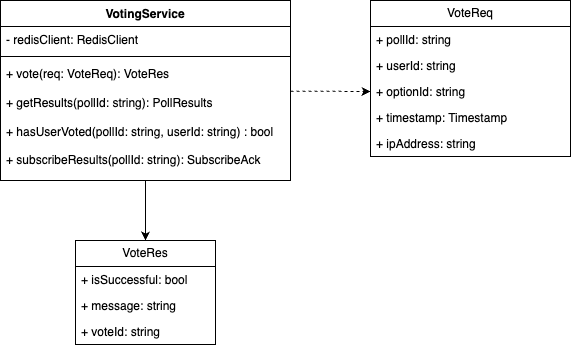
Earlier version of the draw.io export 2026-03-02-voting-architecture/voting-service-class-diagram.drawio.png (brunohaetinger/green-team). Source tidied: cells renumbered, new cells last; positions are measured from the earlier drawing's top-left corner, leaving out a move shared by most shapes.
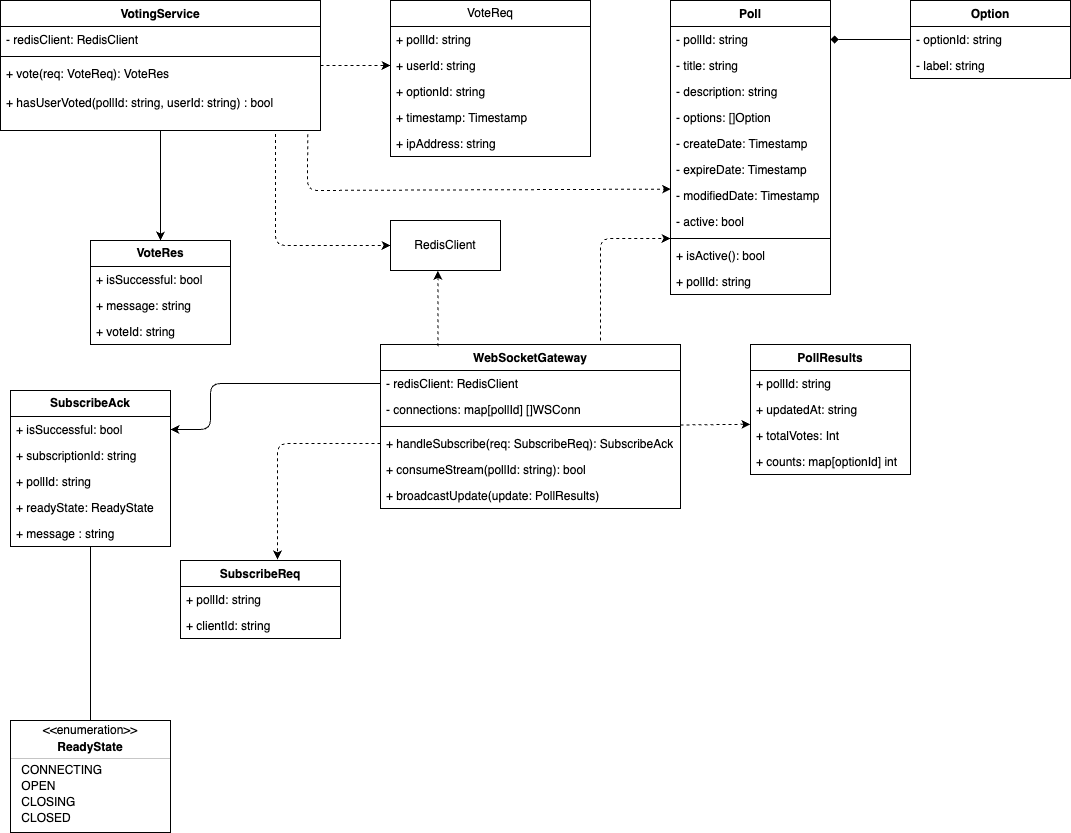
The same diagram one commit later.

Commit message:
improve voting service diagrams

Diff of the diagram source:
```diff
@@ -2,25 +2,23 @@
   <root>
     <mxCell id="0" />
     <mxCell id="1" parent="0" />
-    <mxCell id="2" style="edgeStyle=none;html=1;entryX=0;entryY=0.5;entryDx=0;entryDy=0;dashed=1;" parent="1" edge="1" source="4" target="11">
+    <mxCell id="2" style="edgeStyle=none;html=1;dashed=1;entryX=0;entryY=0.5;entryDx=0;entryDy=0;" parent="1" edge="1" source="4" target="10">
       <mxGeometry relative="1" as="geometry" />
     </mxCell>
-    <mxCell id="3" style="edgeStyle=none;html=1;" parent="1" edge="1" source="4">
-      <mxGeometry relative="1" as="geometry">
-        <mxPoint x="145" y="240" as="targetPoint" />
-      </mxGeometry>
+    <mxCell id="3" style="edgeStyle=none;html=1;entryX=0.5;entryY=0;entryDx=0;entryDy=0;" parent="1" edge="1" source="4" target="14">
+      <mxGeometry relative="1" as="geometry" />
     </mxCell>
     <mxCell id="4" value="VotingService" style="swimlane;fontStyle=1;align=center;verticalAlign=top;horizontal=1;startSize=26;whiteSpace=wrap;html=1;" parent="1" vertex="1">
-      <mxGeometry width="290" height="180" as="geometry" />
+      <mxGeometry x="-20" width="320" height="130" as="geometry" />
     </mxCell>
     <mxCell id="5" value="- redisClient: RedisClient" style="text;strokeColor=none;fillColor=none;align=left;verticalAlign=top;spacingLeft=4;spacingRight=4;overflow=hidden;whiteSpace=wrap;html=1;" parent="4" vertex="1">
-      <mxGeometry y="26" width="290" height="26" as="geometry" />
+      <mxGeometry y="26" width="320" height="26" as="geometry" />
     </mxCell>
     <mxCell id="6" style="line;strokeWidth=1;fillColor=none;align=left;verticalAlign=middle;spacingTop=-1;spacingLeft=3;spacingRight=3;labelPosition=right;strokeColor=inherit;" parent="4" vertex="1">
-      <mxGeometry y="52" width="290" height="8" as="geometry" />
+      <mxGeometry y="52" width="320" height="8" as="geometry" />
     </mxCell>
-    <mxCell id="7" value="+ vote(req: VoteReq): VoteRes&lt;div&gt;&lt;br&gt;&lt;/div&gt;&lt;div&gt;+ getResults(pollId: string): PollResults&lt;/div&gt;&lt;div&gt;&lt;br&gt;&lt;/div&gt;&lt;div&gt;+ hasUserVoted(pollId: string, userId: string) : bool&lt;/div&gt;&lt;div&gt;&lt;br&gt;&lt;/div&gt;&lt;div&gt;+ subscribeResults(pollId: string): SubscribeAck&lt;/div&gt;&lt;div&gt;&lt;br&gt;&lt;/div&gt;&lt;div&gt;&lt;br&gt;&lt;/div&gt;" style="text;strokeColor=none;fillColor=none;align=left;verticalAlign=top;spacingLeft=4;spacingRight=4;overflow=hidden;points=[[0,0.5],[1,0.5]];portConstraint=eastwest;whiteSpace=wrap;html=1;" parent="4" vertex="1">
-      <mxGeometry y="60" width="290" height="120" as="geometry" />
+    <mxCell id="7" value="+ vote(req: VoteReq): VoteRes&lt;div&gt;&lt;br&gt;&lt;/div&gt;&lt;div&gt;+ hasUserVoted(pollId: string, userId: string) : bool&lt;/div&gt;" style="text;strokeColor=none;fillColor=none;align=left;verticalAlign=top;spacingLeft=4;spacingRight=4;overflow=hidden;points=[[0,0.5],[1,0.5]];portConstraint=eastwest;whiteSpace=wrap;html=1;" parent="4" vertex="1">
+      <mxGeometry y="60" width="320" height="70" as="geometry" />
     </mxCell>
     <mxCell id="8" value="VoteReq" style="swimlane;fontStyle=0;horizontal=1;startSize=26;fillColor=none;whiteSpace=wrap;html=1;" parent="1" vertex="1">
       <mxGeometry x="370" width="200" height="156" as="geometry" />
@@ -40,8 +38,8 @@
     <mxCell id="13" value="+ ipAddress: string" style="text;strokeColor=none;fillColor=none;align=left;verticalAlign=top;spacingLeft=4;spacingRight=4;overflow=hidden;whiteSpace=wrap;html=1;" parent="8" vertex="1">
       <mxGeometry y="130" width="200" height="26" as="geometry" />
     </mxCell>
-    <mxCell id="14" value="VoteRes" style="swimlane;fontStyle=0;horizontal=1;startSize=26;fillColor=none;whiteSpace=wrap;html=1;" parent="1" vertex="1">
-      <mxGeometry x="75" y="240" width="140" height="104" as="geometry" />
+    <mxCell id="14" value="&lt;b&gt;VoteRes&lt;/b&gt;" style="swimlane;fontStyle=0;horizontal=1;startSize=26;fillColor=none;whiteSpace=wrap;html=1;" parent="1" vertex="1">
+      <mxGeometry x="70" y="240" width="140" height="104" as="geometry" />
     </mxCell>
     <mxCell id="15" value="+ isSuccessful: bool" style="text;strokeColor=none;fillColor=none;align=left;verticalAlign=top;spacingLeft=4;spacingRight=4;overflow=hidden;whiteSpace=wrap;html=1;" parent="14" vertex="1">
       <mxGeometry y="26" width="140" height="26" as="geometry" />
@@ -52,5 +50,192 @@
     <mxCell id="17" value="+ voteId: string" style="text;strokeColor=none;fillColor=none;align=left;verticalAlign=top;spacingLeft=4;spacingRight=4;overflow=hidden;whiteSpace=wrap;html=1;" parent="14" vertex="1">
       <mxGeometry y="78" width="140" height="26" as="geometry" />
     </mxCell>
+    <mxCell id="18" value="Poll" style="swimlane;fontStyle=1;align=center;verticalAlign=top;horizontal=1;startSize=26;whiteSpace=wrap;html=1;" parent="1" vertex="1">
+      <mxGeometry x="650" width="160" height="294" as="geometry" />
+    </mxCell>
+    <mxCell id="19" value="- pollId: string" style="text;strokeColor=none;fillColor=none;align=left;verticalAlign=top;spacingLeft=4;spacingRight=4;overflow=hidden;points=[[0,0.5],[1,0.5]];portConstraint=eastwest;whiteSpace=wrap;html=1;" parent="18" vertex="1">
+      <mxGeometry y="26" width="160" height="26" as="geometry" />
+    </mxCell>
+    <mxCell id="20" value="- title: string" style="text;strokeColor=none;fillColor=none;align=left;verticalAlign=top;spacingLeft=4;spacingRight=4;overflow=hidden;whiteSpace=wrap;html=1;" parent="18" vertex="1">
+      <mxGeometry y="52" width="160" height="26" as="geometry" />
+    </mxCell>
+    <mxCell id="21" value="- description: string" style="text;strokeColor=none;fillColor=none;align=left;verticalAlign=top;spacingLeft=4;spacingRight=4;overflow=hidden;whiteSpace=wrap;html=1;" parent="18" vertex="1">
+      <mxGeometry y="78" width="160" height="26" as="geometry" />
+    </mxCell>
+    <mxCell id="22" value="- options: []Option" style="text;strokeColor=none;fillColor=none;align=left;verticalAlign=top;spacingLeft=4;spacingRight=4;overflow=hidden;whiteSpace=wrap;html=1;" parent="18" vertex="1">
+      <mxGeometry y="104" width="160" height="26" as="geometry" />
+    </mxCell>
+    <mxCell id="23" value="- createDate: Timestamp" style="text;strokeColor=none;fillColor=none;align=left;verticalAlign=top;spacingLeft=4;spacingRight=4;overflow=hidden;whiteSpace=wrap;html=1;" parent="18" vertex="1">
+      <mxGeometry y="130" width="160" height="26" as="geometry" />
+    </mxCell>
+    <mxCell id="24" value="- expireDate: Timestamp" style="text;strokeColor=none;fillColor=none;align=left;verticalAlign=top;spacingLeft=4;spacingRight=4;overflow=hidden;whiteSpace=wrap;html=1;" parent="18" vertex="1">
+      <mxGeometry y="156" width="160" height="26" as="geometry" />
+    </mxCell>
+    <mxCell id="25" value="- modifiedDate: Timestamp" style="text;strokeColor=none;fillColor=none;align=left;verticalAlign=top;spacingLeft=4;spacingRight=4;overflow=hidden;points=[[0,0.5],[1,0.5]];portConstraint=eastwest;whiteSpace=wrap;html=1;" parent="18" vertex="1">
+      <mxGeometry y="182" width="160" height="26" as="geometry" />
+    </mxCell>
+    <mxCell id="26" value="- active: bool" style="text;strokeColor=none;fillColor=none;align=left;verticalAlign=top;spacingLeft=4;spacingRight=4;overflow=hidden;whiteSpace=wrap;html=1;" parent="18" vertex="1">
+      <mxGeometry y="208" width="160" height="26" as="geometry" />
+    </mxCell>
+    <mxCell id="27" style="line;strokeWidth=1;fillColor=none;align=left;verticalAlign=middle;spacingTop=-1;spacingLeft=3;spacingRight=3;labelPosition=right;points=[];portConstraint=eastwest;strokeColor=inherit;" parent="18" vertex="1">
+      <mxGeometry y="234" width="160" height="8" as="geometry" />
+    </mxCell>
+    <mxCell id="28" value="+ isActive(): bool" style="text;strokeColor=none;fillColor=none;align=left;verticalAlign=top;spacingLeft=4;spacingRight=4;overflow=hidden;whiteSpace=wrap;html=1;" parent="18" vertex="1">
+      <mxGeometry y="242" width="160" height="26" as="geometry" />
+    </mxCell>
+    <mxCell id="29" value="+ pollId: string" style="text;strokeColor=none;fillColor=none;align=left;verticalAlign=top;spacingLeft=4;spacingRight=4;overflow=hidden;whiteSpace=wrap;html=1;" parent="18" vertex="1">
+      <mxGeometry y="268" width="160" height="26" as="geometry" />
+    </mxCell>
+    <mxCell id="30" value="Option" style="swimlane;fontStyle=1;align=center;verticalAlign=top;horizontal=1;startSize=26;whiteSpace=wrap;html=1;" parent="1" vertex="1">
+      <mxGeometry x="890" width="160" height="78" as="geometry" />
+    </mxCell>
+    <mxCell id="31" value="- optionId: string" style="text;strokeColor=none;fillColor=none;align=left;verticalAlign=top;spacingLeft=4;spacingRight=4;overflow=hidden;points=[[0,0.5],[1,0.5]];portConstraint=eastwest;whiteSpace=wrap;html=1;" parent="30" vertex="1">
+      <mxGeometry y="26" width="160" height="26" as="geometry" />
+    </mxCell>
+    <mxCell id="32" value="- label: string" style="text;strokeColor=none;fillColor=none;align=left;verticalAlign=top;spacingLeft=4;spacingRight=4;overflow=hidden;whiteSpace=wrap;html=1;" parent="30" vertex="1">
+      <mxGeometry y="52" width="160" height="26" as="geometry" />
+    </mxCell>
+    <mxCell id="33" style="html=1;entryX=0;entryY=0.5;entryDx=0;entryDy=0;startArrow=diamond;startFill=1;endArrow=none;endFill=0;" parent="1" edge="1" source="19" target="31">
+      <mxGeometry relative="1" as="geometry" />
+    </mxCell>
+    <mxCell id="34" value="SubscribeReq" style="swimlane;fontStyle=1;align=center;verticalAlign=top;horizontal=1;startSize=26;whiteSpace=wrap;html=1;" parent="1" vertex="1">
+      <mxGeometry x="160" y="560" width="160" height="78" as="geometry" />
+    </mxCell>
+    <mxCell id="35" value="+ pollId: string" style="text;strokeColor=none;fillColor=none;align=left;verticalAlign=top;spacingLeft=4;spacingRight=4;overflow=hidden;whiteSpace=wrap;html=1;" parent="34" vertex="1">
+      <mxGeometry y="26" width="160" height="26" as="geometry" />
+    </mxCell>
+    <mxCell id="36" value="+ clientId: string" style="text;strokeColor=none;fillColor=none;align=left;verticalAlign=top;spacingLeft=4;spacingRight=4;overflow=hidden;whiteSpace=wrap;html=1;" parent="34" vertex="1">
+      <mxGeometry y="52" width="160" height="26" as="geometry" />
+    </mxCell>
+    <mxCell id="37" style="endArrow=classic;html=1;entryX=0.606;entryY=-0.014;entryDx=0;entryDy=0;entryPerimeter=0;dashed=1;exitX=0;exitY=0.5;exitDx=0;exitDy=0;" parent="1" edge="1" source="64" target="34">
+      <mxGeometry relative="1" as="geometry">
+        <Array as="points">
+          <mxPoint x="257" y="443" />
+        </Array>
+      </mxGeometry>
+    </mxCell>
+    <mxCell id="38" style="edgeStyle=none;html=1;entryX=0.5;entryY=0;entryDx=0;entryDy=0;endArrow=none;endFill=0;" parent="1" edge="1" source="39" target="46">
+      <mxGeometry relative="1" as="geometry" />
+    </mxCell>
+    <mxCell id="39" value="&lt;b&gt;SubscribeAck&lt;/b&gt;" style="swimlane;fontStyle=0;horizontal=1;startSize=26;fillColor=none;whiteSpace=wrap;html=1;" parent="1" vertex="1">
+      <mxGeometry x="-10" y="390" width="160" height="156" as="geometry" />
+    </mxCell>
+    <mxCell id="40" value="+ isSuccessful: bool" style="text;strokeColor=none;fillColor=none;align=left;verticalAlign=top;spacingLeft=4;spacingRight=4;overflow=hidden;points=[[0,0.5],[1,0.5]];portConstraint=eastwest;whiteSpace=wrap;html=1;" parent="39" vertex="1">
+      <mxGeometry y="26" width="160" height="26" as="geometry" />
+    </mxCell>
+    <mxCell id="41" value="+ subscriptionId: string" style="text;strokeColor=none;fillColor=none;align=left;verticalAlign=top;spacingLeft=4;spacingRight=4;overflow=hidden;whiteSpace=wrap;html=1;" parent="39" vertex="1">
+      <mxGeometry y="52" width="160" height="26" as="geometry" />
+    </mxCell>
+    <mxCell id="42" value="+ pollId: string" style="text;strokeColor=none;fillColor=none;align=left;verticalAlign=top;spacingLeft=4;spacingRight=4;overflow=hidden;whiteSpace=wrap;html=1;" parent="39" vertex="1">
+      <mxGeometry y="78" width="160" height="26" as="geometry" />
+    </mxCell>
+    <mxCell id="43" value="+ readyState: ReadyState" style="text;strokeColor=none;fillColor=none;align=left;verticalAlign=top;spacingLeft=4;spacingRight=4;overflow=hidden;whiteSpace=wrap;html=1;" parent="39" vertex="1">
+      <mxGeometry y="104" width="160" height="26" as="geometry" />
+    </mxCell>
+    <mxCell id="44" value="+ message : string" style="text;strokeColor=none;fillColor=none;align=left;verticalAlign=top;spacingLeft=4;spacingRight=4;overflow=hidden;whiteSpace=wrap;html=1;" parent="39" vertex="1">
+      <mxGeometry y="130" width="160" height="26" as="geometry" />
+    </mxCell>
+    <mxCell id="45" style="fontStyle=1;align=center;verticalAlign=middle;horizontal=1;" parent="1" vertex="1">
+      <mxGeometry x="-10" y="720" width="160" height="112" as="geometry" />
+    </mxCell>
+    <mxCell id="46" value="&amp;lt;&amp;lt;enumeration&amp;gt;&amp;gt;" style="html=1;align=center;spacing=0;verticalAlign=middle;strokeColor=none;fillColor=none;whiteSpace=wrap;" parent="45" vertex="1">
+      <mxGeometry width="160" height="20" as="geometry" />
+    </mxCell>
+    <mxCell id="47" value="ReadyState" style="html=1;align=center;spacing=0;verticalAlign=middle;strokeColor=none;fillColor=none;whiteSpace=wrap;fontStyle=1;" parent="45" vertex="1">
+      <mxGeometry y="20" width="160" height="14" as="geometry" />
+    </mxCell>
+    <mxCell id="48" style="line;strokeWidth=0.25;fillColor=none;align=left;verticalAlign=middle;spacingTop=-1;spacingLeft=3;spacingRight=3;labelPosition=right;" parent="45" vertex="1">
+      <mxGeometry y="34" width="160" height="8" as="geometry" />
+    </mxCell>
+    <mxCell id="49" value="&amp;nbsp;CONNECTING" style="html=1;align=left;spacing=0;spacingLeft=8;verticalAlign=middle;strokeColor=none;fillColor=none;whiteSpace=wrap;" parent="45" vertex="1">
+      <mxGeometry y="42" width="160" height="16" as="geometry" />
+    </mxCell>
+    <mxCell id="50" value="&amp;nbsp;OPEN" style="html=1;align=left;spacing=0;spacingLeft=8;verticalAlign=middle;strokeColor=none;fillColor=none;whiteSpace=wrap;" parent="45" vertex="1">
+      <mxGeometry y="58" width="160" height="16" as="geometry" />
+    </mxCell>
+    <mxCell id="51" value="&amp;nbsp;CLOSING" style="html=1;align=left;spacing=0;spacingLeft=8;verticalAlign=middle;strokeColor=none;fillColor=none;whiteSpace=wrap;" parent="45" vertex="1">
+      <mxGeometry y="74" width="160" height="16" as="geometry" />
+    </mxCell>
+    <mxCell id="52" value="&amp;nbsp;CLOSED" style="html=1;align=left;spacing=0;spacingLeft=8;verticalAlign=middle;strokeColor=none;fillColor=none;whiteSpace=wrap;" parent="45" vertex="1">
+      <mxGeometry y="90" width="160" height="16" as="geometry" />
+    </mxCell>
+    <mxCell id="53" style="html=1;align=left;spacing=0;spacingLeft=8;verticalAlign=middle;strokeColor=none;fillColor=none;whiteSpace=wrap;" parent="45" vertex="1">
+      <mxGeometry y="106" width="160" height="6" as="geometry" />
+    </mxCell>
+    <mxCell id="54" value="PollResults" style="swimlane;fontStyle=1;align=center;verticalAlign=top;horizontal=1;startSize=26;whiteSpace=wrap;html=1;" parent="1" vertex="1">
+      <mxGeometry x="730" y="344" width="160" height="130" as="geometry" />
+    </mxCell>
+    <mxCell id="55" value="+ pollId: string" style="text;strokeColor=none;fillColor=none;align=left;verticalAlign=top;spacingLeft=4;spacingRight=4;overflow=hidden;whiteSpace=wrap;html=1;" parent="54" vertex="1">
+      <mxGeometry y="26" width="160" height="26" as="geometry" />
+    </mxCell>
+    <mxCell id="56" value="+ updatedAt: string" style="text;strokeColor=none;fillColor=none;align=left;verticalAlign=top;spacingLeft=4;spacingRight=4;overflow=hidden;whiteSpace=wrap;html=1;" parent="54" vertex="1">
+      <mxGeometry y="52" width="160" height="26" as="geometry" />
+    </mxCell>
+    <mxCell id="57" value="+ totalVotes: Int" style="text;strokeColor=none;fillColor=none;align=left;verticalAlign=top;spacingLeft=4;spacingRight=4;overflow=hidden;points=[[0,0.5],[1,0.5]];portConstraint=eastwest;whiteSpace=wrap;html=1;" parent="54" vertex="1">
+      <mxGeometry y="78" width="160" height="26" as="geometry" />
+    </mxCell>
+    <mxCell id="58" value="+ counts: map[optionId] int" style="text;strokeColor=none;fillColor=none;align=left;verticalAlign=top;spacingLeft=4;spacingRight=4;overflow=hidden;whiteSpace=wrap;html=1;" parent="54" vertex="1">
+      <mxGeometry y="104" width="160" height="26" as="geometry" />
+    </mxCell>
+    <mxCell id="59" style="edgeStyle=none;html=1;dashed=1;entryX=-0.001;entryY=0.068;entryDx=0;entryDy=0;entryPerimeter=0;" parent="1" edge="1" source="60" target="57">
+      <mxGeometry relative="1" as="geometry" />
+    </mxCell>
+    <mxCell id="60" value="WebSocketGateway" style="swimlane;fontStyle=1;align=center;verticalAlign=top;horizontal=1;startSize=26;whiteSpace=wrap;html=1;" parent="1" vertex="1">
+      <mxGeometry x="360" y="344" width="300" height="164" as="geometry" />
+    </mxCell>
+    <mxCell id="61" value="- redisClient: RedisClient" style="text;strokeColor=none;fillColor=none;align=left;verticalAlign=top;spacingLeft=4;spacingRight=4;overflow=hidden;points=[[0,0.5],[1,0.5]];portConstraint=eastwest;whiteSpace=wrap;html=1;" parent="60" vertex="1">
+      <mxGeometry y="26" width="300" height="26" as="geometry" />
+    </mxCell>
+    <mxCell id="62" value="- connections: map[pollId] []WSConn" style="text;strokeColor=none;fillColor=none;align=left;verticalAlign=top;spacingLeft=4;spacingRight=4;overflow=hidden;whiteSpace=wrap;html=1;" parent="60" vertex="1">
+      <mxGeometry y="52" width="300" height="26" as="geometry" />
+    </mxCell>
+    <mxCell id="63" style="line;strokeWidth=1;fillColor=none;align=left;verticalAlign=middle;spacingTop=-1;spacingLeft=3;spacingRight=3;labelPosition=right;strokeColor=inherit;" parent="60" vertex="1">
+      <mxGeometry y="78" width="300" height="8" as="geometry" />
+    </mxCell>
+    <mxCell id="64" value="+ handleSubscribe(req: SubscribeReq): SubscribeAck" style="text;strokeColor=none;fillColor=none;align=left;verticalAlign=top;spacingLeft=4;spacingRight=4;overflow=hidden;points=[[0,0.5],[1,0.5]];portConstraint=eastwest;whiteSpace=wrap;html=1;" parent="60" vertex="1">
+      <mxGeometry y="86" width="300" height="26" as="geometry" />
+    </mxCell>
+    <mxCell id="65" value="+ consumeStream(pollId: string): bool" style="text;strokeColor=none;fillColor=none;align=left;verticalAlign=top;spacingLeft=4;spacingRight=4;overflow=hidden;whiteSpace=wrap;html=1;" parent="60" vertex="1">
+      <mxGeometry y="112" width="300" height="26" as="geometry" />
+    </mxCell>
+    <mxCell id="66" value="+ broadcastUpdate(update: PollResults)" style="text;strokeColor=none;fillColor=none;align=left;verticalAlign=top;spacingLeft=4;spacingRight=4;overflow=hidden;whiteSpace=wrap;html=1;" parent="60" vertex="1">
+      <mxGeometry y="138" width="300" height="26" as="geometry" />
+    </mxCell>
+    <mxCell id="67" style="edgeStyle=none;html=1;entryX=1;entryY=0.5;entryDx=0;entryDy=0;" parent="1" edge="1" source="61" target="40">
+      <mxGeometry relative="1" as="geometry">
+        <Array as="points">
+          <mxPoint x="190" y="383" />
+          <mxPoint x="190" y="429" />
+        </Array>
+      </mxGeometry>
+    </mxCell>
+    <mxCell id="68" value="RedisClient" style="html=1;whiteSpace=wrap;" parent="1" vertex="1">
+      <mxGeometry x="370" y="220" width="110" height="50" as="geometry" />
+    </mxCell>
+    <mxCell id="69" style="endArrow=classic;html=1;exitX=0.859;exitY=1.049;exitDx=0;exitDy=0;exitPerimeter=0;entryX=0;entryY=0.5;entryDx=0;entryDy=0;dashed=1;" parent="1" edge="1" source="7" target="68">
+      <mxGeometry relative="1" as="geometry">
+        <Array as="points">
+          <mxPoint x="255" y="245" />
+        </Array>
+      </mxGeometry>
+    </mxCell>
+    <mxCell id="70" style="endArrow=classic;html=1;exitX=0.192;exitY=0.01;exitDx=0;exitDy=0;exitPerimeter=0;entryX=0.432;entryY=1.006;entryDx=0;entryDy=0;entryPerimeter=0;dashed=1;" parent="1" edge="1" source="60" target="68">
+      <mxGeometry relative="1" as="geometry" />
+    </mxCell>
+    <mxCell id="71" style="endArrow=classic;html=1;entryX=0.003;entryY=0.254;entryDx=0;entryDy=0;exitX=0.96;exitY=1.053;exitDx=0;exitDy=0;exitPerimeter=0;entryPerimeter=0;dashed=1;" parent="1" edge="1" source="7" target="25">
+      <mxGeometry relative="1" as="geometry">
+        <Array as="points">
+          <mxPoint x="287" y="190" />
+        </Array>
+      </mxGeometry>
+    </mxCell>
+    <mxCell id="72" style="endArrow=classic;html=1;dashed=1;" parent="1" edge="1" target="27">
+      <mxGeometry relative="1" as="geometry">
+        <mxPoint x="580" y="340" as="sourcePoint" />
+        <Array as="points">
+          <mxPoint x="580" y="238" />
+        </Array>
+      </mxGeometry>
+    </mxCell>
   </root>
 </mxGraphModel>
```
